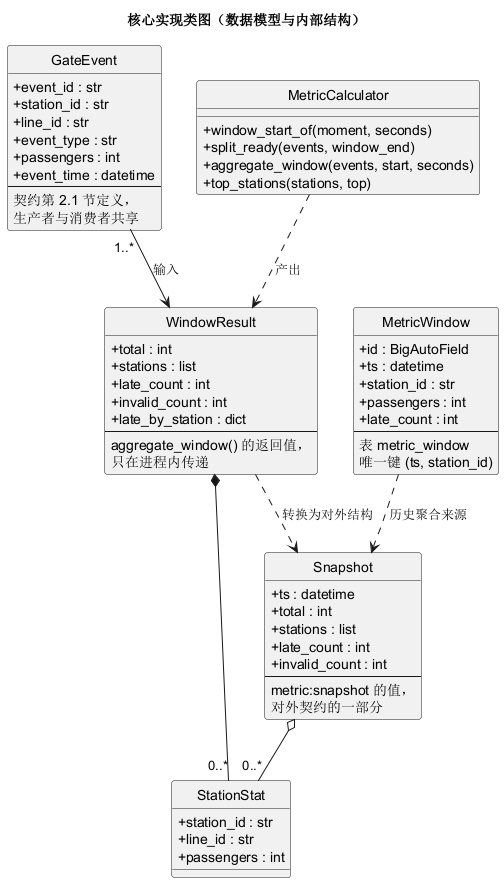
The PlantUML diagram docs/03-建模/图/10-类图.png in Xuzhaopu04/metro-flow-dashboard, before a commit.
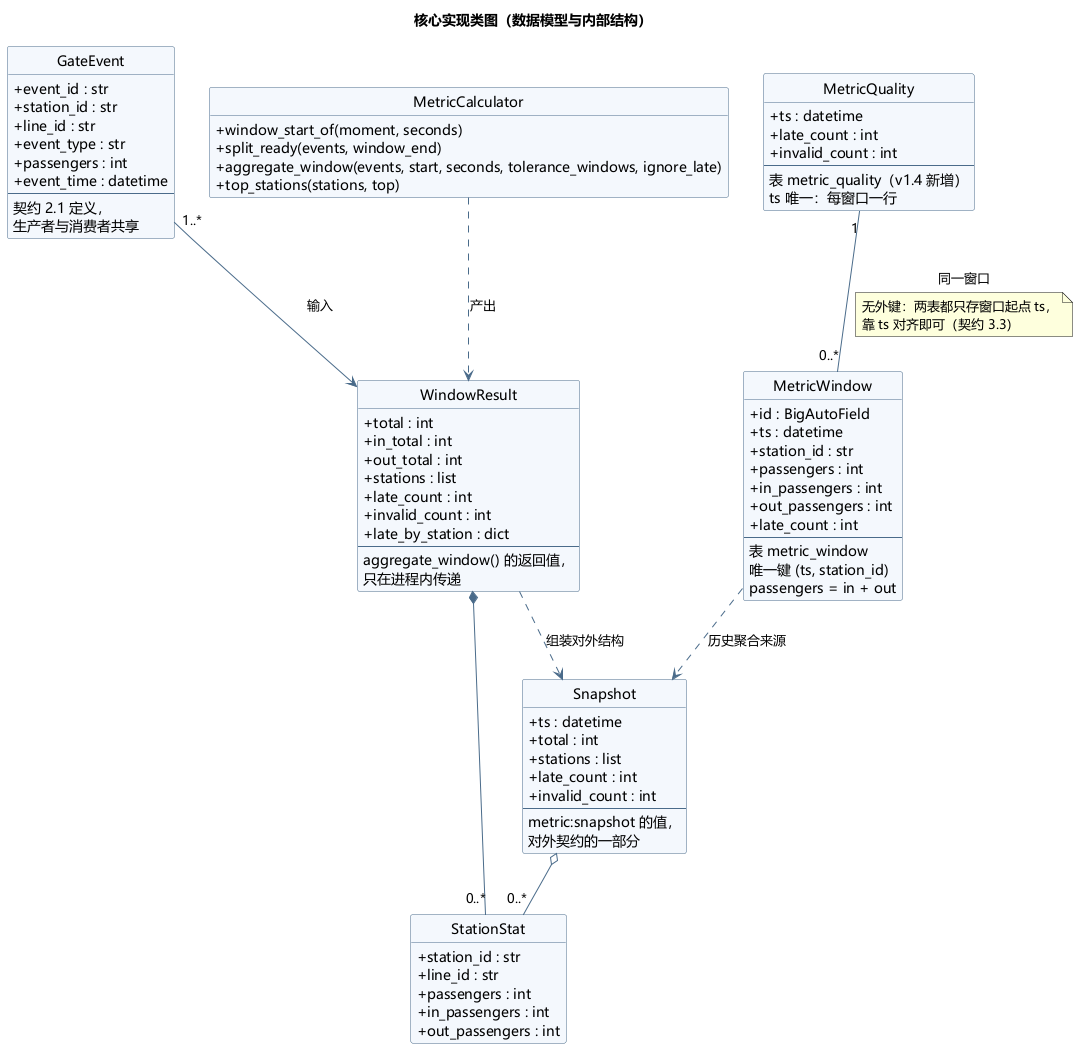
Above is the later version.

Commit message:
docs(建模): 更新类图并补包图、活动图

The edit, as a diff of the source:
```diff
@@ -1,7 +1,16 @@
 @startuml 10-类图
 title 核心实现类图（数据模型与内部结构）
+skinparam shadowing false
+skinparam defaultFontName "Microsoft YaHei"
 skinparam classAttributeIconSize 0
+skinparam ArrowColor #4A6B8A
+skinparam class {
+  BackgroundColor #F4F8FD
+  BorderColor #4A6B8A
+  ArrowColor #4A6B8A
+}
 hide circle
+hide empty members
 
 class GateEvent {
   + event_id : str
@@ -11,12 +20,14 @@
   + passengers : int
   + event_time : datetime
   --
-  契约第 2.1 节定义，
+  契约 2.1 定义，
   生产者与消费者共享
 }
 
 class WindowResult {
   + total : int
+  + in_total : int
+  + out_total : int
   + stations : list
   + late_count : int
   + invalid_count : int
@@ -30,6 +41,8 @@
   + station_id : str
   + line_id : str
   + passengers : int
+  + in_passengers : int
+  + out_passengers : int
 }
 
 class MetricWindow {
@@ -37,10 +50,22 @@
   + ts : datetime
   + station_id : str
   + passengers : int
+  + in_passengers : int
+  + out_passengers : int
   + late_count : int
   --
   表 metric_window
   唯一键 (ts, station_id)
+  passengers = in + out
+}
+
+class MetricQuality {
+  + ts : datetime
+  + late_count : int
+  + invalid_count : int
+  --
+  表 metric_quality（v1.4 新增）
+  ts 唯一：每窗口一行
 }
 
 class Snapshot {
@@ -57,14 +82,19 @@
 class MetricCalculator {
   + window_start_of(moment, seconds)
   + split_ready(events, window_end)
-  + aggregate_window(events, start, seconds)
+  + aggregate_window(events, start, seconds, tolerance_windows, ignore_late)
   + top_stations(stations, top)
 }
 
 GateEvent "1..*" --> WindowResult : 输入
 WindowResult *-- "0..*" StationStat
-WindowResult ..> Snapshot : 转换为对外结构
+WindowResult ..> Snapshot : 组装对外结构
 Snapshot o-- "0..*" StationStat
 MetricWindow ..> Snapshot : 历史聚合来源
 MetricCalculator ..> WindowResult : 产出
+MetricQuality "1" -- "0..*" MetricWindow : 同一窗口
+note on link
+  无外键：两表都只存窗口起点 ts，
+  靠 ts 对齐即可（契约 3.3）
+end note
 @enduml
```
